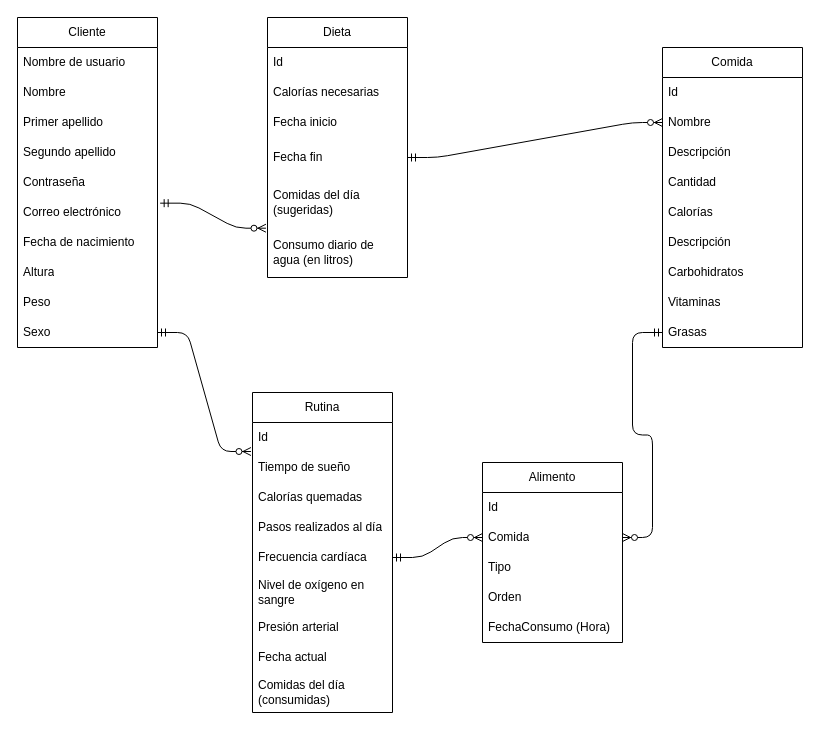
This is assets/draw-io-db-estructure.drawio from kateBea/Fitness-Tracker, a draw.io file, before an edit. Source tidied: cells renumbered, new cells numbered last; positions are measured from the earlier drawing's top-left corner, leaving out a move shared by most shapes. Both pictures are drawn from the tidied source at 100%, with x=0, y=0 at pixel (17, 17).
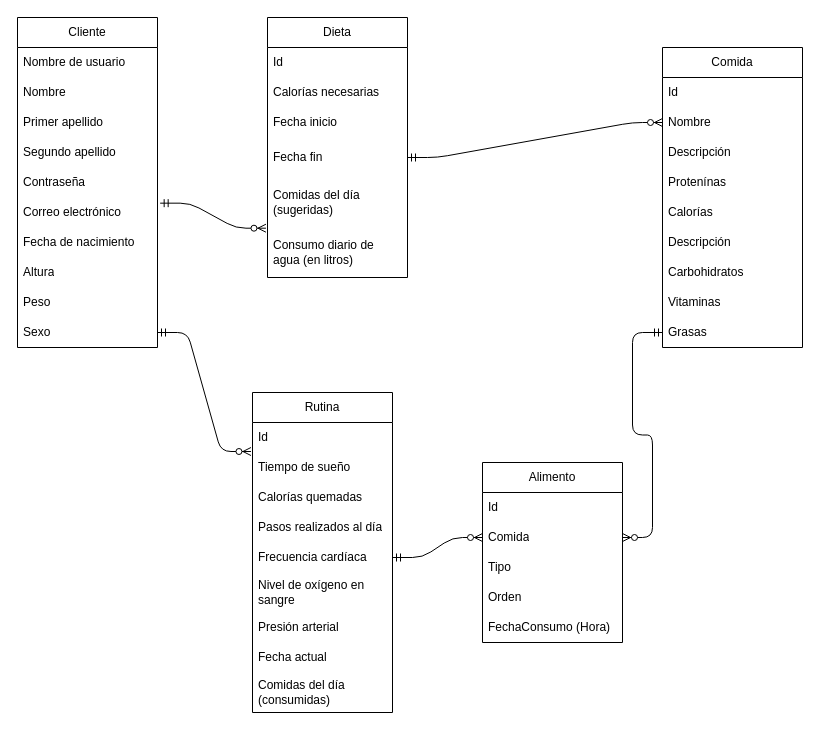
The same page after the edit.

Unchanged cells that the change refers to:
```xml
<mxCell id="32" value="Comida" style="swimlane;fontStyle=0;horizontal=1;startSize=30;whiteSpace=wrap;html=1;" parent="1" vertex="1">
  <mxGeometry x="645" y="30" width="140" height="300" as="geometry" />
</mxCell>
```

Diff of the diagram source:
```diff
@@
-    <mxCell id="36" value="Cantidad" style="text;strokeColor=none;fillColor=none;align=left;verticalAlign=middle;spacingLeft=4;spacingRight=4;overflow=hidden;whiteSpace=wrap;html=1;" parent="32" vertex="1">
+    <mxCell id="36" value="Protenínas" style="text;strokeColor=none;fillColor=none;align=left;verticalAlign=middle;spacingLeft=4;spacingRight=4;overflow=hidden;whiteSpace=wrap;html=1;" parent="32" vertex="1">
       <mxGeometry y="120" width="140" height="30" as="geometry" />
     </mxCell>
```
